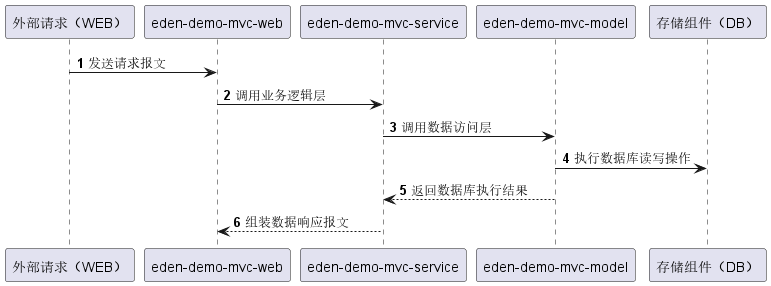
shiyindaxiaojie/images keeps this PlantUML diagram as eden-demo-mvc/sequence.png. Above is the earlier version.
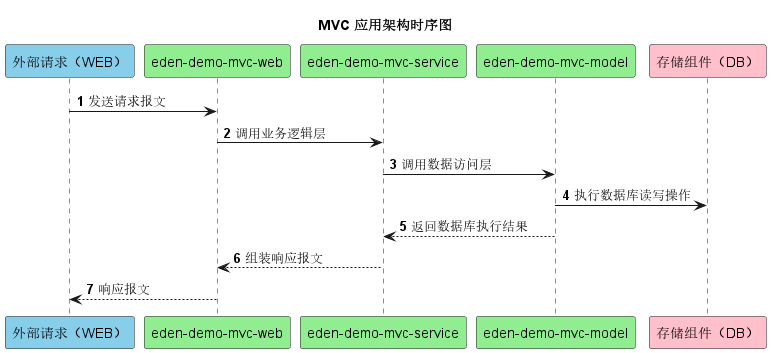
Above is the later version.

The edit, as a diff of the source:
```diff
@@ -1,12 +1,26 @@
 @startuml
 
+!if %variable_exists("$THEME")
+title MVC 应用架构时序图 - $THEME theme
+!else
+title MVC 应用架构时序图
+!endif
+
+
 autonumber
+participant "外部请求（WEB）" #SkyBlue
+participant "eden-demo-mvc-web" #LightGreen
+participant "eden-demo-mvc-service" #LightGreen
+participant "eden-demo-mvc-model" #LightGreen
+participant "存储组件（DB）" #Pink
+
 
 "外部请求（WEB）" -> "eden-demo-mvc-web": 发送请求报文
 "eden-demo-mvc-web" -> "eden-demo-mvc-service": 调用业务逻辑层
 "eden-demo-mvc-service" -> "eden-demo-mvc-model": 调用数据访问层
 "eden-demo-mvc-model" -> "存储组件（DB）": 执行数据库读写操作
 "eden-demo-mvc-model" --> "eden-demo-mvc-service": 返回数据库执行结果
-"eden-demo-mvc-service" --> "eden-demo-mvc-web": 组装数据响应报文
+"eden-demo-mvc-service" --> "eden-demo-mvc-web": 组装响应报文
+"eden-demo-mvc-web" --> "外部请求（WEB）": 响应报文
 
 @enduml
```
